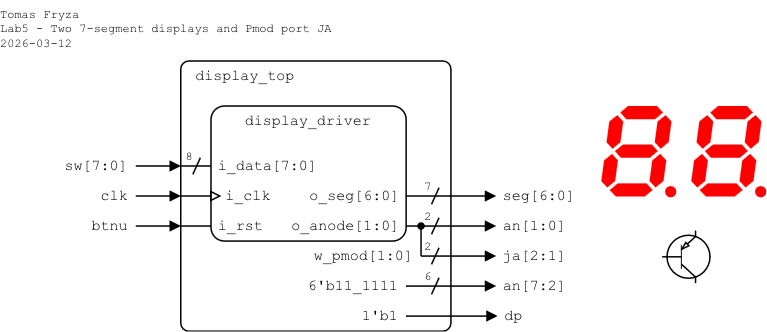
tomas-fryza/verilog-examples keeps this draw.io diagram as lab5-display/images/top-level_ver3.png. Above is the earlier version. Source tidied: cells renumbered, new cells last; positions are measured from the earlier drawing's top-left corner, leaving out a move shared by most shapes.
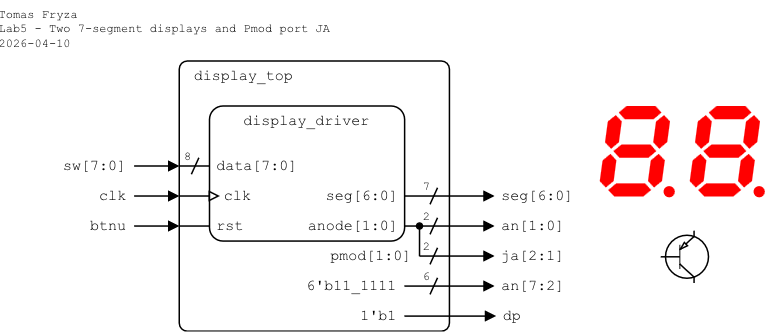
After the change.

The edit, as a diff of the source:
```diff
@@ -53,7 +53,7 @@
         <mxPoint x="287" y="195.5" as="targetPoint" />
       </mxGeometry>
     </mxCell>
-    <mxCell id="14" value="&lt;div&gt;Tomas Fryza&lt;/div&gt;&lt;div&gt;Lab5 - Two 7-segment displays and Pmod port JA&lt;/div&gt;&lt;div&gt;2026-03-12&lt;/div&gt;" style="text;html=1;align=left;verticalAlign=top;whiteSpace=wrap;rounded=0;fontFamily=Courier New;fontSize=8;fillOpacity=100;spacing=0;spacingLeft=0;" parent="1" vertex="1">
+    <mxCell id="14" value="&lt;div&gt;Tomas Fryza&lt;/div&gt;&lt;div&gt;Lab5 - Two 7-segment displays and Pmod port JA&lt;/div&gt;&lt;div&gt;2026-04-10&lt;/div&gt;" style="text;html=1;align=left;verticalAlign=top;whiteSpace=wrap;rounded=0;fontFamily=Courier New;fontSize=8;fillOpacity=100;spacing=0;spacingLeft=0;" parent="1" vertex="1">
       <mxGeometry width="240" height="40" as="geometry" />
     </mxCell>
     <mxCell id="15" style="endArrow=block;html=1;rounded=0;endFill=1;orthogonal=1;endSize=5;startSize=5;" parent="1" edge="1">
@@ -155,7 +155,7 @@
         <mxPoint x="128" y="115.5" as="targetPoint" />
       </mxGeometry>
     </mxCell>
-    <mxCell id="37" value="w_pmod[1:0]" style="text;html=1;align=right;verticalAlign=middle;whiteSpace=wrap;rounded=0;fontFamily=Courier New;fontSize=10;fillOpacity=100;spacing=0;spacingLeft=0;spacingRight=5;" parent="1" vertex="1">
+    <mxCell id="37" value="pmod[1:0]" style="text;html=1;align=right;verticalAlign=middle;whiteSpace=wrap;rounded=0;fontFamily=Courier New;fontSize=10;fillOpacity=100;spacing=0;spacingLeft=0;spacingRight=5;" parent="1" vertex="1">
       <mxGeometry x="190" y="160" width="90" height="20" as="geometry" />
     </mxCell>
     <mxCell id="38" value="2" style="text;html=1;align=center;verticalAlign=middle;whiteSpace=wrap;rounded=0;fontFamily=Courier New;fontSize=8;fillOpacity=100;spacing=2;spacingRight=0;" parent="1" vertex="1">
@@ -170,19 +170,19 @@
     <mxCell id="40" value="display_driver" style="rounded=1;arcSize=10;align=center;verticalAlign=top;fontFamily=Courier New;absoluteArcSize=0;fillColor=none;fixDash=0;fontSize=10;spacingLeft=0;labelBorderColor=none;spacingTop=0;spacing=0;labelBackgroundColor=none;whiteSpace=wrap;html=1;strokeWidth=1;shadow=0;glass=0;" parent="1" vertex="1">
       <mxGeometry x="140" y="70" width="130" height="90" as="geometry" />
     </mxCell>
-    <mxCell id="41" value="i_rst" style="text;html=1;align=left;verticalAlign=middle;whiteSpace=wrap;rounded=0;fontFamily=Courier New;fontSize=10;fillOpacity=100;spacingLeft=5;spacing=0;" parent="1" vertex="1">
+    <mxCell id="41" value="rst" style="text;html=1;align=left;verticalAlign=middle;whiteSpace=wrap;rounded=0;fontFamily=Courier New;fontSize=10;fillOpacity=100;spacingLeft=5;spacing=0;" parent="1" vertex="1">
       <mxGeometry x="140" y="140" width="40.6" height="20" as="geometry" />
     </mxCell>
-    <mxCell id="42" value="i_clk" style="text;html=1;align=left;verticalAlign=middle;whiteSpace=wrap;rounded=0;fontFamily=Courier New;fontSize=10;fillOpacity=100;spacing=0;spacingLeft=10;" parent="1" vertex="1">
+    <mxCell id="42" value="clk" style="text;html=1;align=left;verticalAlign=middle;whiteSpace=wrap;rounded=0;fontFamily=Courier New;fontSize=10;fillOpacity=100;spacing=0;spacingLeft=10;" parent="1" vertex="1">
       <mxGeometry x="140" y="120" width="50.6" height="20" as="geometry" />
     </mxCell>
-    <mxCell id="43" value="o_seg[6:0]" style="text;html=1;align=right;verticalAlign=middle;whiteSpace=wrap;rounded=0;fontFamily=Courier New;fontSize=10;fillOpacity=100;spacing=0;spacingRight=5;" parent="1" vertex="1">
+    <mxCell id="43" value="seg[6:0]" style="text;html=1;align=right;verticalAlign=middle;whiteSpace=wrap;rounded=0;fontFamily=Courier New;fontSize=10;fillOpacity=100;spacing=0;spacingRight=5;" parent="1" vertex="1">
       <mxGeometry x="200.6" y="120" width="70" height="20" as="geometry" />
     </mxCell>
-    <mxCell id="44" value="i_data[7:0]" style="text;html=1;align=left;verticalAlign=middle;whiteSpace=wrap;rounded=0;fontFamily=Courier New;fontSize=10;fillOpacity=100;spacingLeft=5;spacing=0;" parent="1" vertex="1">
+    <mxCell id="44" value="data[7:0]" style="text;html=1;align=left;verticalAlign=middle;whiteSpace=wrap;rounded=0;fontFamily=Courier New;fontSize=10;fillOpacity=100;spacingLeft=5;spacing=0;" parent="1" vertex="1">
       <mxGeometry x="140" y="100" width="70.6" height="20" as="geometry" />
     </mxCell>
-    <mxCell id="45" value="o_anode[1:0]" style="text;html=1;align=right;verticalAlign=middle;whiteSpace=wrap;rounded=0;fontFamily=Courier New;fontSize=10;fillOpacity=100;spacing=0;spacingRight=5;" parent="1" vertex="1">
+    <mxCell id="45" value="anode[1:0]" style="text;html=1;align=right;verticalAlign=middle;whiteSpace=wrap;rounded=0;fontFamily=Courier New;fontSize=10;fillOpacity=100;spacing=0;spacingRight=5;" parent="1" vertex="1">
       <mxGeometry x="190.6" y="140" width="80" height="20" as="geometry" />
     </mxCell>
   </root>
```
